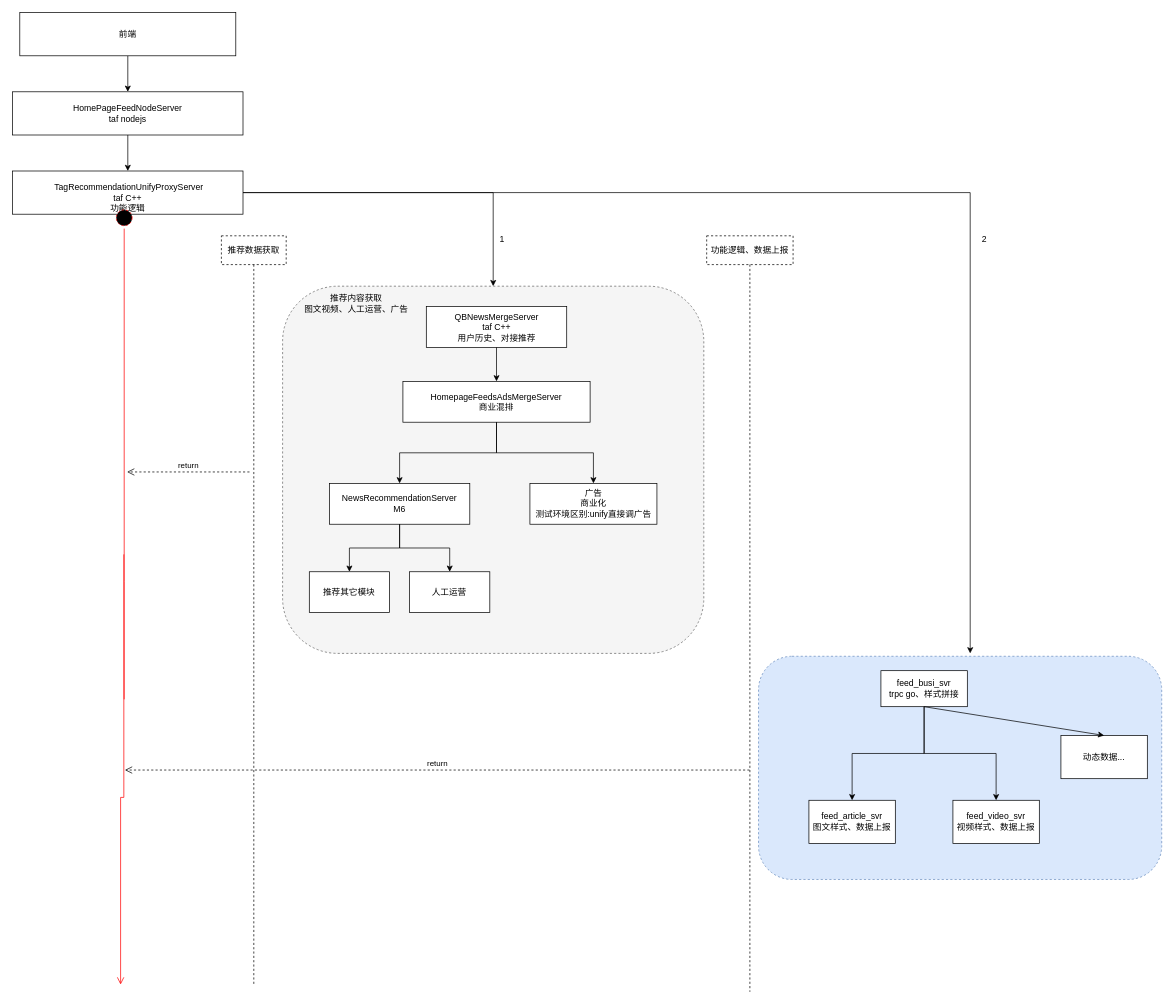
Above: Untitled Diagram.drawio in hsuchifeng/alg (draw.io), before the change. Source tidied: cells renumbered, new cells numbered last; positions are measured from the earlier drawing's top-left corner, leaving out a move shared by most shapes. Both pictures are drawn from the tidied source at 72%, with x=0, y=0 at pixel (12, 12).
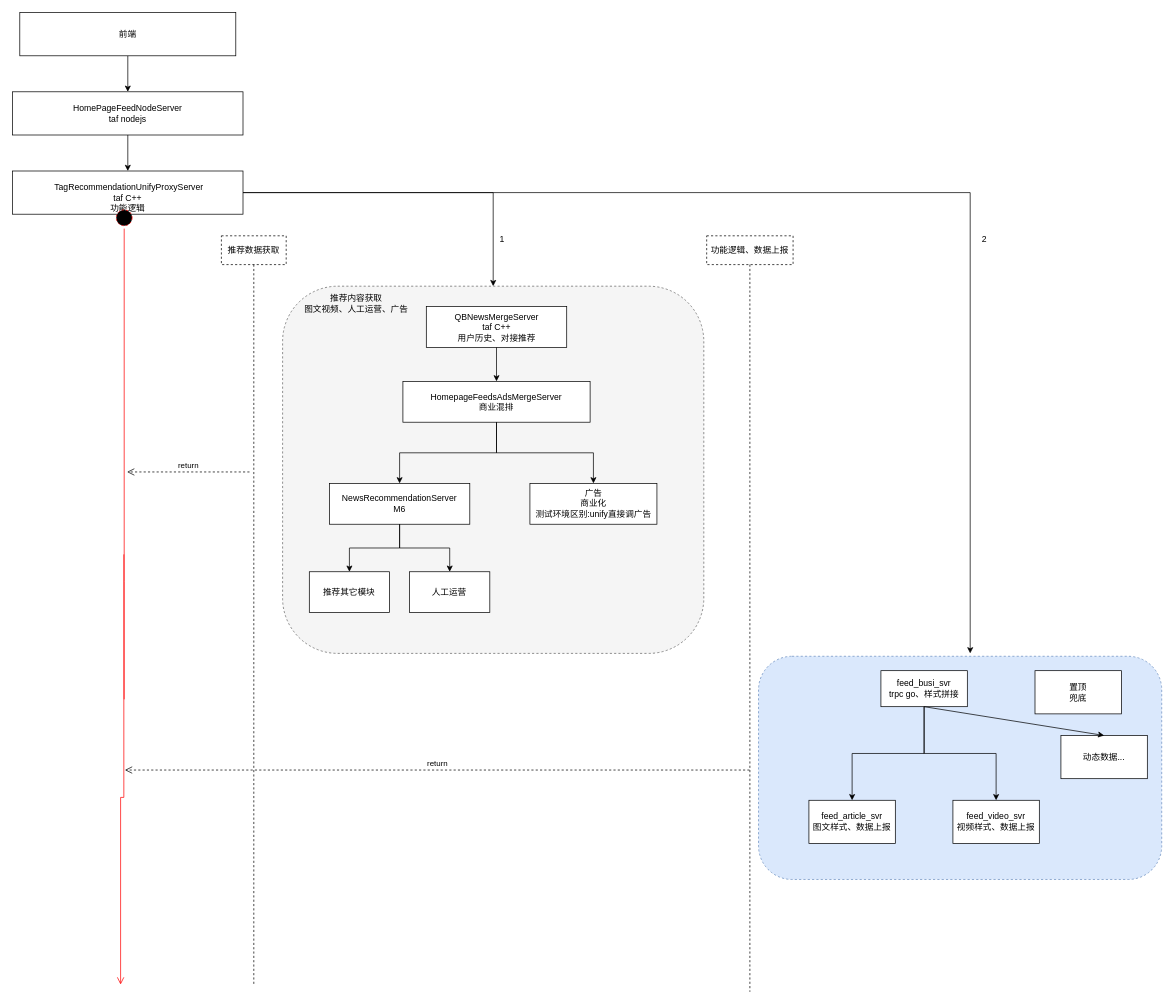
The same page after the edit.

Unchanged cells that the change refers to:
```xml
<mxCell id="30" style="group;" parent="1" vertex="1">
  <mxGeometry x="1036" y="894" width="560" height="310" as="geometry" />
</mxCell>
```

Change to the diagram source:
```diff
@@
+    <mxCell id="42" value="置顶&lt;br&gt;兜底" style="rounded=0;whiteSpace=wrap;html=1;" parent="30" vertex="1">
+      <mxGeometry x="384" y="20" width="120" height="60" as="geometry" />
+    </mxCell>
```
